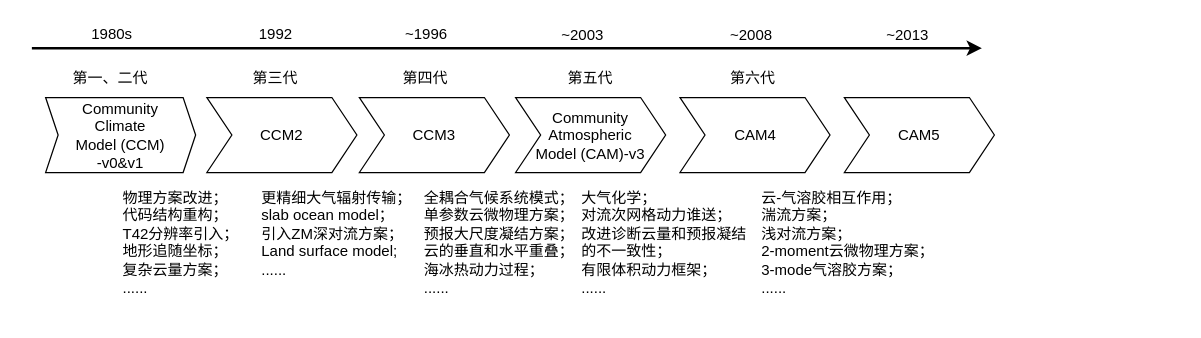
Before: The history of CESM.drawio in qinyia/drawio.output, a draw.io diagram. Source tidied: cells renumbered, new cells numbered last; positions are measured from the earlier drawing's top-left corner, leaving out a move shared by most shapes. Both pictures are drawn from the tidied source at 125%, with x=0, y=0 at pixel (31, 21).
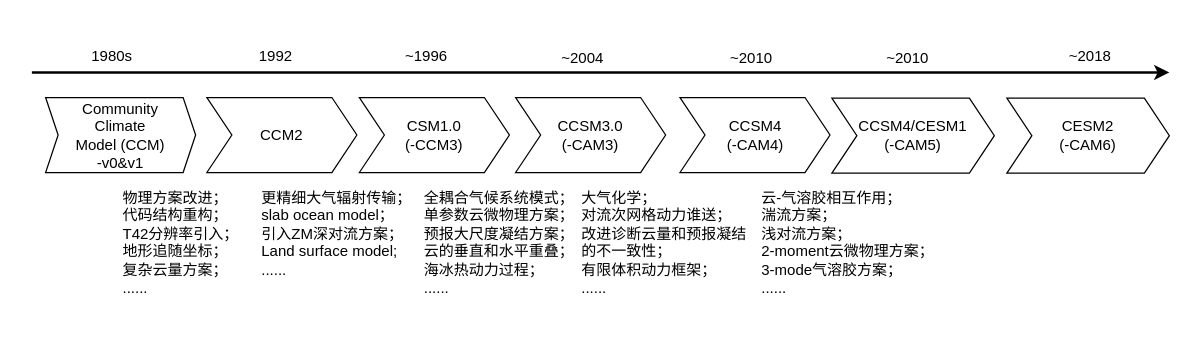
After the change.

Change to the diagram source:
```diff
@@
-    <mxCell id="4" value="CCM3" style="shape=step;perimeter=stepPerimeter;whiteSpace=wrap;html=1;fixedSize=1;" parent="1" vertex="1">
+    <mxCell id="4" value="CSM1.0&lt;br&gt;(-CCM3)" style="shape=step;perimeter=stepPerimeter;whiteSpace=wrap;html=1;fixedSize=1;" parent="1" vertex="1">
       <mxGeometry x="262" y="60.5" width="120" height="60" as="geometry" />
     </mxCell>
-    <mxCell id="5" value="Community &lt;br&gt;Atmospheric &lt;br&gt;Model (CAM)-v3" style="shape=step;perimeter=stepPerimeter;whiteSpace=wrap;html=1;fixedSize=1;" parent="1" vertex="1">
+    <mxCell id="5" value="CCSM3.0&lt;br&gt;(-CAM3)&lt;br&gt;" style="shape=step;perimeter=stepPerimeter;whiteSpace=wrap;html=1;fixedSize=1;" parent="1" vertex="1">
       <mxGeometry x="387" y="60.5" width="120" height="60" as="geometry" />
     </mxCell>
-    <mxCell id="6" value="CAM4" style="shape=step;perimeter=stepPerimeter;whiteSpace=wrap;html=1;fixedSize=1;" parent="1" vertex="1">
+    <mxCell id="6" value="CCSM4&lt;br&gt;(-CAM4)&lt;br&gt;" style="shape=step;perimeter=stepPerimeter;whiteSpace=wrap;html=1;fixedSize=1;" parent="1" vertex="1">
       <mxGeometry x="518.5" y="60.5" width="120" height="60" as="geometry" />
     </mxCell>
-    <mxCell id="7" value="CAM5" style="shape=step;perimeter=stepPerimeter;whiteSpace=wrap;html=1;fixedSize=1;" parent="1" vertex="1">
-      <mxGeometry x="650" y="60.5" width="120" height="60" as="geometry" />
+    <mxCell id="7" value="CCSM4/CESM1&lt;br&gt;(-CAM5)&lt;br&gt;" style="shape=step;perimeter=stepPerimeter;whiteSpace=wrap;html=1;fixedSize=1;" parent="1" vertex="1">
+      <mxGeometry x="640" y="61" width="130" height="60" as="geometry" />
     </mxCell>
     <mxCell id="8" value="1980s" style="text;html=1;align=left;verticalAlign=top;spacingTop=-4;" parent="1" vertex="1">
-      <mxGeometry x="46" y="-0.5" width="50" height="20" as="geometry" />
+      <mxGeometry x="46" y="17.5" width="50" height="20" as="geometry" />
     </mxCell>
     <mxCell id="9" value="~1996" style="text;html=1;align=left;verticalAlign=top;spacingTop=-4;" parent="1" vertex="1">
-      <mxGeometry x="297" y="-0.5" width="50" height="20" as="geometry" />
+      <mxGeometry x="297" y="17.5" width="50" height="20" as="geometry" />
     </mxCell>
-    <mxCell id="10" value="~2008" style="text;html=1;align=left;verticalAlign=top;spacingTop=-4;" parent="1" vertex="1">
-      <mxGeometry x="557" y="1" width="50" height="20" as="geometry" />
+    <mxCell id="10" value="~2010" style="text;html=1;align=left;verticalAlign=top;spacingTop=-4;" parent="1" vertex="1">
+      <mxGeometry x="557" y="19" width="50" height="20" as="geometry" />
     </mxCell>
-    <mxCell id="11" value="~2003" style="text;html=1;align=left;verticalAlign=top;spacingTop=-4;" parent="1" vertex="1">
-      <mxGeometry x="422" y="1" width="50" height="20" as="geometry" />
+    <mxCell id="11" value="~2004" style="text;html=1;align=left;verticalAlign=top;spacingTop=-4;" parent="1" vertex="1">
+      <mxGeometry x="422" y="19" width="50" height="20" as="geometry" />
     </mxCell>
     <mxCell id="12" value="1992" style="text;html=1;align=left;verticalAlign=top;spacingTop=-4;" parent="1" vertex="1">
-      <mxGeometry x="180" y="-0.5" width="40" height="20" as="geometry" />
+      <mxGeometry x="180" y="17.5" width="40" height="20" as="geometry" />
     </mxCell>
-    <mxCell id="13" value="第四代" style="text;html=1;align=left;verticalAlign=top;spacingTop=-4;" parent="1" vertex="1">
-      <mxGeometry x="295" y="34.5" width="50" height="20" as="geometry" />
-    </mxCell>
-    <mxCell id="14" value="第五代" style="text;html=1;align=left;verticalAlign=top;spacingTop=-4;" parent="1" vertex="1">
-      <mxGeometry x="427" y="34.5" width="50" height="20" as="geometry" />
-    </mxCell>
-    <mxCell id="15" value="第六代" style="text;html=1;align=left;verticalAlign=top;spacingTop=-4;" parent="1" vertex="1">
-      <mxGeometry x="556.5" y="34.5" width="50" height="20" as="geometry" />
-    </mxCell>
-    <mxCell id="16" value="第三代" style="text;html=1;align=left;verticalAlign=top;spacingTop=-4;" parent="1" vertex="1">
-      <mxGeometry x="175" y="34.5" width="50" height="20" as="geometry" />
-    </mxCell>
-    <mxCell id="17" value="第一、二代" style="text;html=1;align=left;verticalAlign=top;spacingTop=-4;" parent="1" vertex="1">
-      <mxGeometry x="31" y="34.5" width="80" height="20" as="geometry" />
-    </mxCell>
-    <mxCell id="18" value="~2013" style="text;html=1;align=left;verticalAlign=top;spacingTop=-4;" parent="1" vertex="1">
-      <mxGeometry x="682" y="1" width="50" height="20" as="geometry" />
+    <mxCell id="18" value="~2010" style="text;html=1;align=left;verticalAlign=top;spacingTop=-4;" parent="1" vertex="1">
+      <mxGeometry x="682" y="19" width="50" height="20" as="geometry" />
     </mxCell>
     <mxCell id="19" style="endArrow=classic;html=1;strokeWidth=2;" parent="1" edge="1">
       <mxGeometry relative="1" as="geometry">
-        <mxPoint y="21" as="sourcePoint" />
-        <mxPoint x="760" y="21" as="targetPoint" />
+        <mxPoint y="40.5" as="sourcePoint" />
+        <mxPoint x="910" y="40.5" as="targetPoint" />
       </mxGeometry>
     </mxCell>
@@
+    <mxCell id="25" value="CESM2&lt;br&gt;(-CAM6)&lt;br&gt;" style="shape=step;perimeter=stepPerimeter;whiteSpace=wrap;html=1;fixedSize=1;" parent="1" vertex="1">
+      <mxGeometry x="780" y="61" width="130" height="60" as="geometry" />
+    </mxCell>
+    <mxCell id="26" value="~2018" style="text;html=1;align=left;verticalAlign=top;spacingTop=-4;" parent="1" vertex="1">
+      <mxGeometry x="828" y="17.5" width="50" height="20" as="geometry" />
+    </mxCell>
```
